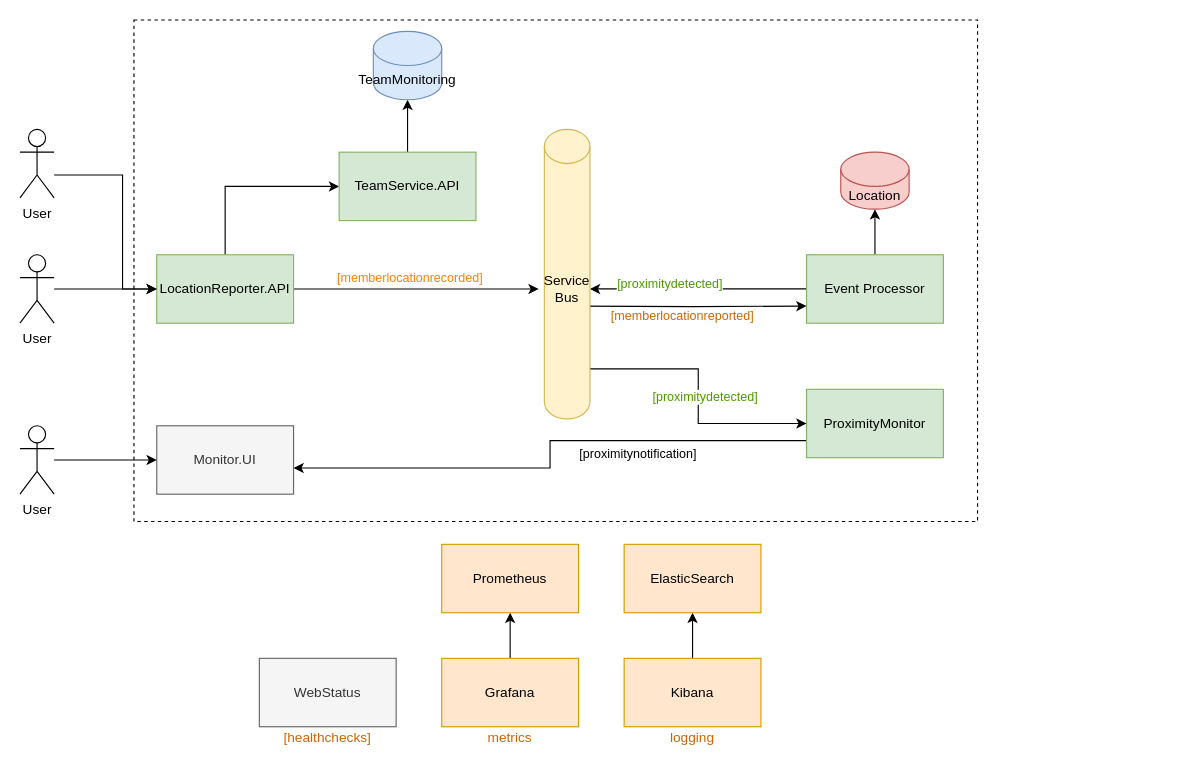
Earlier version of the draw.io diagram microservices.drawio (alanmacgowan/alanmacgowan.github.io). Source tidied: cells renumbered, new cells numbered last; positions are measured from the earlier drawing's top-left corner, leaving out a move shared by most shapes. Both pictures are drawn from the tidied source at 114%, with x=0, y=0 at pixel (19, 19).
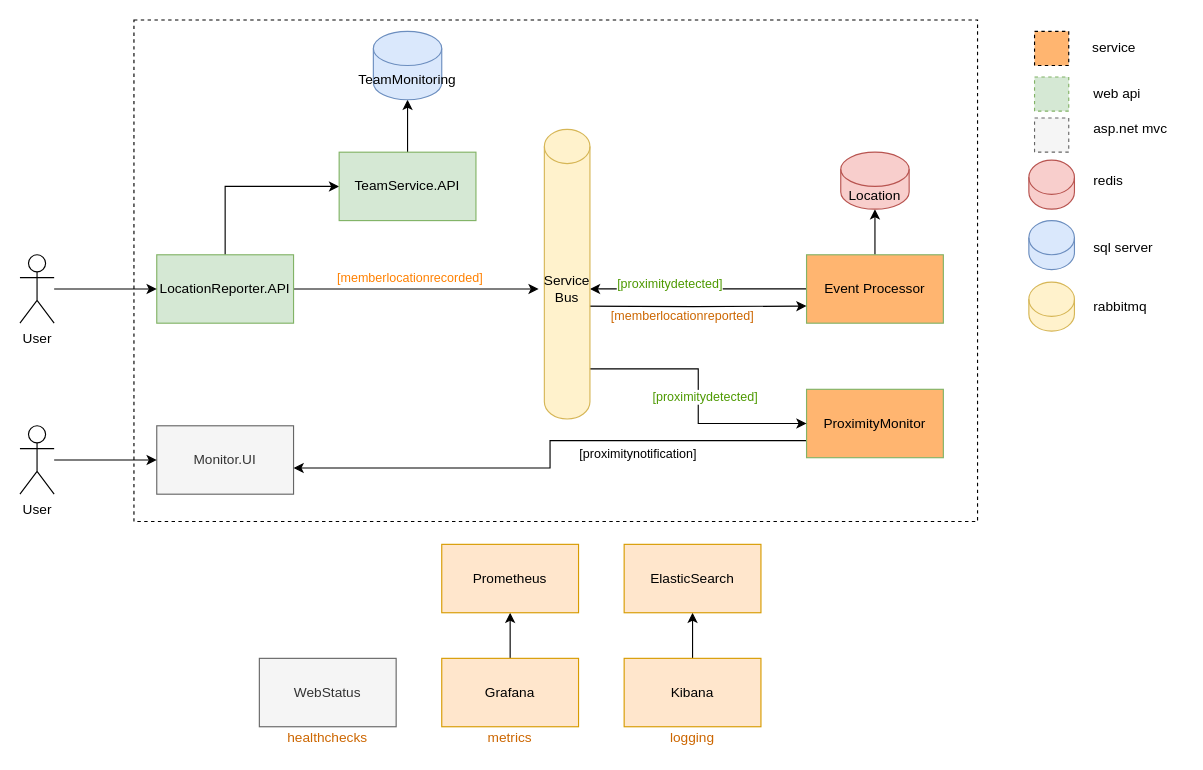
Above is the later version.

Change to the diagram source:
```diff
@@
-    <mxCell id="6" value="Event Processor" style="rounded=0;whiteSpace=wrap;html=1;fillColor=#d5e8d4;strokeColor=#82b366;" parent="1" vertex="1">
+    <mxCell id="6" value="Event Processor" style="rounded=0;whiteSpace=wrap;html=1;strokeColor=#82b366;fillColor=#FFB570;" parent="1" vertex="1">
       <mxGeometry x="690" y="206" width="120" height="60" as="geometry" />
     </mxCell>
@@
-    <mxCell id="16" value="ProximityMonitor" style="rounded=0;whiteSpace=wrap;html=1;fillColor=#d5e8d4;strokeColor=#82b366;" parent="1" vertex="1">
+    <mxCell id="16" value="ProximityMonitor" style="rounded=0;whiteSpace=wrap;html=1;strokeColor=#82b366;fillColor=#FFB570;" parent="1" vertex="1">
       <mxGeometry x="690" y="324" width="120" height="60" as="geometry" />
     </mxCell>
@@
-    <mxCell id="35" style="edgeStyle=orthogonalEdgeStyle;rounded=0;jettySize=auto;html=1;" parent="1" edge="1" source="36">
-      <mxGeometry relative="1" as="geometry">
-        <mxPoint x="120" y="236" as="targetPoint" />
-        <Array as="points">
-          <mxPoint x="90" y="136" />
-          <mxPoint x="90" y="236" />
-        </Array>
-      </mxGeometry>
-    </mxCell>
-    <mxCell id="36" value="User" style="shape=umlActor;verticalLabelPosition=bottom;verticalAlign=top;html=1;outlineConnect=0;" parent="1" vertex="1">
-      <mxGeometry y="96" width="30" height="60" as="geometry" />
-    </mxCell>
-    <mxCell id="37" value="[healthchecks]" style="text;html=1;strokeColor=none;fillColor=none;align=center;verticalAlign=middle;whiteSpace=wrap;rounded=0;dashed=1;fontColor=#CC6600;" parent="1" vertex="1">
+    <mxCell id="37" value="healthchecks" style="text;html=1;strokeColor=none;fillColor=none;align=center;verticalAlign=middle;whiteSpace=wrap;rounded=0;dashed=1;fontColor=#CC6600;" parent="1" vertex="1">
       <mxGeometry x="250" y="620" width="40" height="20" as="geometry" />
     </mxCell>
@@
-    <mxCell id="39" value="logging" style="text;html=1;strokeColor=none;fillColor=none;align=center;verticalAlign=middle;whiteSpace=wrap;rounded=0;dashed=1;fontColor=#CC6600;" parent="1" vertex="1">
-      <mxGeometry x="570" y="620" width="40" height="20" as="geometry" />
+    <mxCell id="39" value="service" style="text;html=1;strokeColor=none;fillColor=none;align=center;verticalAlign=middle;whiteSpace=wrap;rounded=0;dashed=1;" parent="1" vertex="1">
+      <mxGeometry x="940" y="15" width="40" height="20" as="geometry" />
     </mxCell>
+    <mxCell id="40" style="rounded=0;whiteSpace=wrap;html=1;dashed=1;fontColor=#CC6600;fillColor=#FFB570;" parent="1" vertex="1">
+      <mxGeometry x="890" y="10" width="30" height="30" as="geometry" />
+    </mxCell>
+    <mxCell id="41" style="rounded=0;whiteSpace=wrap;html=1;dashed=1;fillColor=#d5e8d4;strokeColor=#82b366;" parent="1" vertex="1">
+      <mxGeometry x="890" y="50" width="30" height="30" as="geometry" />
+    </mxCell>
+    <mxCell id="42" style="rounded=0;whiteSpace=wrap;html=1;dashed=1;fontColor=#333333;fillColor=#f5f5f5;strokeColor=#666666;" parent="1" vertex="1">
+      <mxGeometry x="890" y="86" width="30" height="30" as="geometry" />
+    </mxCell>
+    <mxCell id="43" value="web api" style="text;html=1;strokeColor=none;fillColor=none;align=left;verticalAlign=middle;whiteSpace=wrap;rounded=0;dashed=1;" parent="1" vertex="1">
+      <mxGeometry x="940" y="55" width="60" height="20" as="geometry" />
+    </mxCell>
+    <mxCell id="44" value="asp.net mvc" style="text;html=1;strokeColor=none;fillColor=none;align=left;verticalAlign=middle;whiteSpace=wrap;rounded=0;dashed=1;" parent="1" vertex="1">
+      <mxGeometry x="940" y="86" width="80" height="20" as="geometry" />
+    </mxCell>
+    <mxCell id="45" value="redis" style="text;html=1;strokeColor=none;fillColor=none;align=left;verticalAlign=middle;whiteSpace=wrap;rounded=0;dashed=1;" parent="1" vertex="1">
+      <mxGeometry x="940" y="131" width="40" height="20" as="geometry" />
+    </mxCell>
+    <mxCell id="46" value="rabbitmq" style="text;html=1;strokeColor=none;fillColor=none;align=left;verticalAlign=middle;whiteSpace=wrap;rounded=0;dashed=1;" parent="1" vertex="1">
+      <mxGeometry x="940" y="241.5" width="60" height="20" as="geometry" />
+    </mxCell>
+    <mxCell id="47" style="shape=cylinder3;whiteSpace=wrap;html=1;boundedLbl=1;backgroundOutline=1;size=15;fillColor=#fff2cc;strokeColor=#d6b656;" parent="1" vertex="1">
+      <mxGeometry x="885" y="230" width="40" height="43" as="geometry" />
+    </mxCell>
+    <mxCell id="48" style="shape=cylinder3;whiteSpace=wrap;html=1;boundedLbl=1;backgroundOutline=1;size=15;fillColor=#dae8fc;strokeColor=#6c8ebf;" parent="1" vertex="1">
+      <mxGeometry x="885" y="176" width="40" height="43" as="geometry" />
+    </mxCell>
+    <mxCell id="49" style="shape=cylinder3;whiteSpace=wrap;html=1;boundedLbl=1;backgroundOutline=1;size=15;fillColor=#f8cecc;strokeColor=#b85450;" parent="1" vertex="1">
+      <mxGeometry x="885" y="123" width="40" height="43" as="geometry" />
+    </mxCell>
+    <mxCell id="50" value="sql server" style="text;html=1;strokeColor=none;fillColor=none;align=left;verticalAlign=middle;whiteSpace=wrap;rounded=0;dashed=1;" parent="1" vertex="1">
+      <mxGeometry x="940" y="190" width="60" height="20" as="geometry" />
+    </mxCell>
+    <mxCell id="51" value="logging" style="text;html=1;strokeColor=none;fillColor=none;align=center;verticalAlign=middle;whiteSpace=wrap;rounded=0;dashed=1;fontColor=#CC6600;" parent="1" vertex="1">
+      <mxGeometry x="570" y="620" width="40" height="20" as="geometry" />
+    </mxCell>
```
